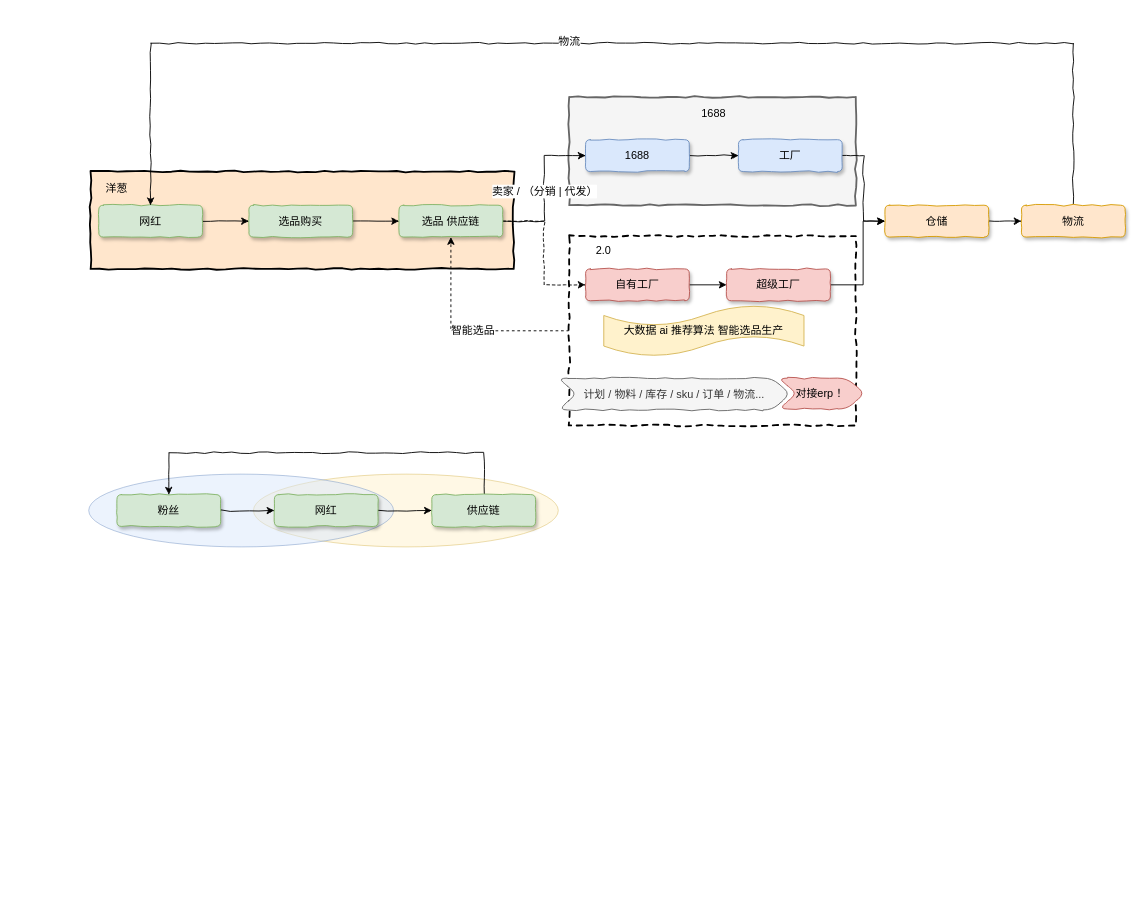
Above: 洋葱供应链梳理.drawio in chenyz/EGOTableViewPullRefresh (draw.io), before the change. Source tidied: cells renumbered, new cells numbered last; positions are measured from the earlier drawing's top-left corner, leaving out a move shared by most shapes. Both pictures are drawn from the tidied source at 91%, with x=0, y=0 at pixel (88, 43).
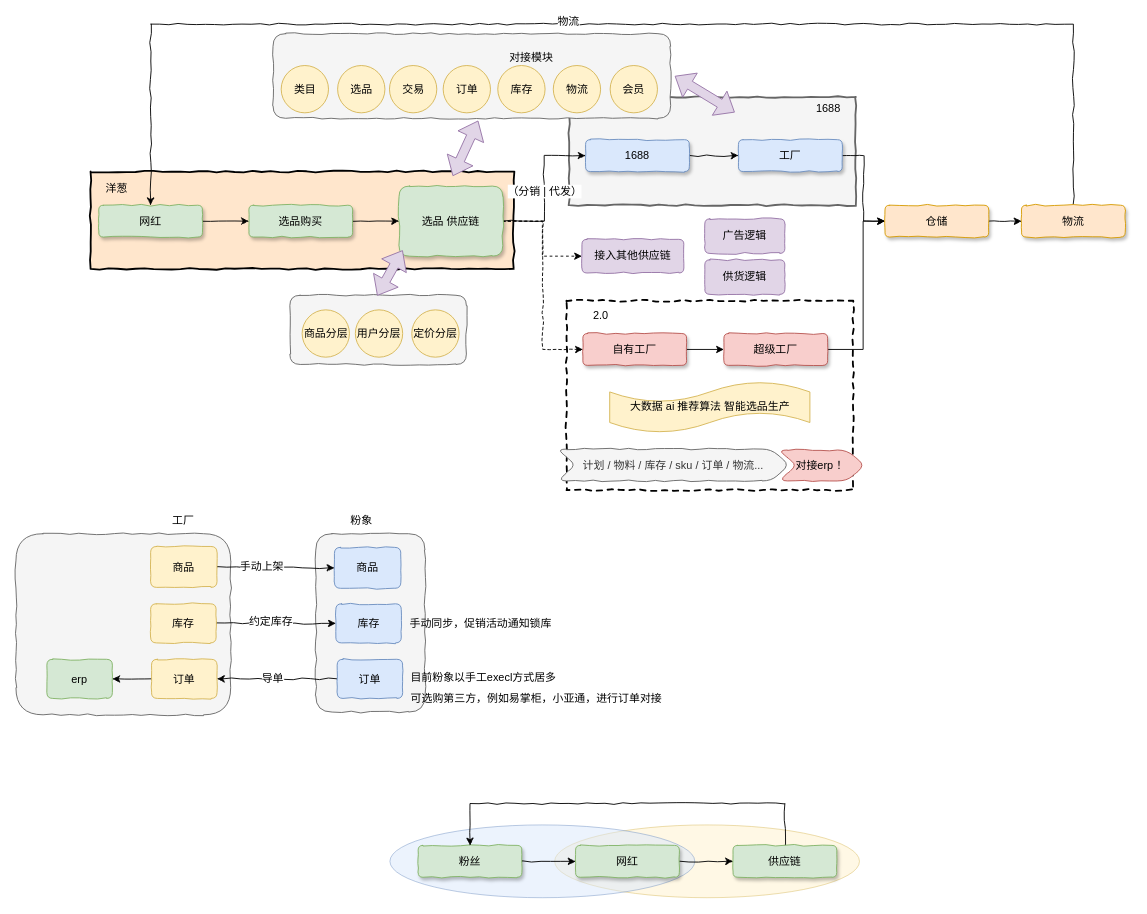
The same diagram, later.

Commit message (it also covers changes not shown here):
更新洋葱供应链梳理.drawio

Unchanged cells that the change refers to:
```xml
<mxCell id="8" value="网红" style="rounded=1;whiteSpace=wrap;html=1;shadow=1;comic=1;fillColor=#d5e8d4;strokeColor=#82b366;" parent="1" vertex="1">
  <mxGeometry x="11" y="178" width="114" height="35" as="geometry" />
</mxCell>
<mxCell id="11" style="edgeStyle=orthogonalEdgeStyle;rounded=0;comic=1;jettySize=auto;html=1;exitX=1;exitY=0.5;exitDx=0;exitDy=0;entryX=0;entryY=0.5;entryDx=0;entryDy=0;" parent="1" edge="1" source="14" target="16">
  <mxGeometry relative="1" as="geometry" />
</mxCell>
<mxCell id="21" value="仓储" style="rounded=1;whiteSpace=wrap;html=1;shadow=1;comic=1;fillColor=#ffe6cc;strokeColor=#d79b00;" parent="1" vertex="1">
  <mxGeometry x="875" y="178" width="114" height="35" as="geometry" />
</mxCell>
<mxCell id="24" value="物流" style="rounded=1;whiteSpace=wrap;html=1;shadow=1;comic=1;fillColor=#ffe6cc;strokeColor=#d79b00;" parent="1" vertex="1">
  <mxGeometry x="1025" y="178" width="114" height="35" as="geometry" />
</mxCell>
```

Diff of the diagram source:
```diff
@@
+    <mxCell id="42" style="rounded=1;whiteSpace=wrap;html=1;comic=1;fillColor=#f5f5f5;strokeColor=#666666;fontColor=#333333;" parent="1" vertex="1">
+      <mxGeometry x="249.5" y="539" width="120" height="196" as="geometry" />
+    </mxCell>
+    <mxCell id="43" style="rounded=1;whiteSpace=wrap;html=1;comic=1;fillColor=#f5f5f5;strokeColor=#666666;fontColor=#333333;" parent="1" vertex="1">
+      <mxGeometry x="-80" y="539" width="236" height="199" as="geometry" />
+    </mxCell>
+    <mxCell id="6" style="html=1;whiteSpace=wrap;comic=1;strokeWidth=2;fontFamily=Comic Sans MS;fontStyle=1;fillColor=#f5f5f5;strokeColor=#666666;fontColor=#333333;" parent="1" vertex="1">
+      <mxGeometry x="528" y="59" width="315" height="119" as="geometry" />
+    </mxCell>
+    <mxCell id="44" style="rounded=1;whiteSpace=wrap;html=1;comic=1;fillColor=#f5f5f5;strokeColor=#666666;fontColor=#333333;" parent="1" vertex="1">
+      <mxGeometry x="221" y="277" width="194" height="76" as="geometry" />
+    </mxCell>
+    <mxCell id="45" style="rounded=1;whiteSpace=wrap;html=1;comic=1;fillColor=#f5f5f5;strokeColor=#666666;fontColor=#333333;" parent="1" vertex="1">
+      <mxGeometry x="202.5" y="-10.5" width="437" height="93" as="geometry" />
+    </mxCell>
@@
-    <mxCell id="3" style="edgeStyle=orthogonalEdgeStyle;rounded=0;jettySize=auto;html=1;exitX=0;exitY=0.5;exitDx=0;exitDy=0;entryX=0.5;entryY=1;entryDx=0;entryDy=0;dashed=1;" parent="1" edge="1" source="5" target="14">
-      <mxGeometry relative="1" as="geometry" />
-    </mxCell>
-    <mxCell id="4" value="智能选品" style="text;html=1;align=center;verticalAlign=middle;labelBackgroundColor=#ffffff;" parent="3" vertex="1">
-      <mxGeometry x="-0.08" y="-1" relative="1" as="geometry" />
-    </mxCell>
     <mxCell id="5" style="html=1;whiteSpace=wrap;comic=1;strokeWidth=2;fontFamily=Comic Sans MS;fontStyle=1;dashed=1;" parent="1" vertex="1">
-      <mxGeometry x="528" y="212" width="315" height="208" as="geometry" />
+      <mxGeometry x="525" y="283" width="315" height="208" as="geometry" />
     </mxCell>
-    <mxCell id="6" style="html=1;whiteSpace=wrap;comic=1;strokeWidth=2;fontFamily=Comic Sans MS;fontStyle=1;fillColor=#f5f5f5;strokeColor=#666666;fontColor=#333333;" parent="1" vertex="1">
-      <mxGeometry x="528" y="59" width="315" height="119" as="geometry" />
-    </mxCell>
@@
-    <mxCell id="12" value="卖家 / （分销 | 代发）" style="text;html=1;align=center;verticalAlign=middle;labelBackgroundColor=#ffffff;" parent="11" vertex="1">
+    <mxCell id="12" value="（分销 | 代发）" style="text;html=1;align=center;verticalAlign=middle;labelBackgroundColor=#ffffff;" parent="11" vertex="1">
       <mxGeometry x="-0.03" relative="1" as="geometry" />
     </mxCell>
@@
+    <mxCell id="46" style="edgeStyle=orthogonalEdgeStyle;rounded=0;jettySize=auto;html=1;exitX=1;exitY=0.5;exitDx=0;exitDy=0;dashed=1;" parent="1" edge="1" source="14" target="52">
+      <mxGeometry relative="1" as="geometry" />
+    </mxCell>
     <mxCell id="14" value="选品 供应链" style="rounded=1;whiteSpace=wrap;html=1;shadow=1;comic=1;fillColor=#d5e8d4;strokeColor=#82b366;" parent="1" vertex="1">
-      <mxGeometry x="341" y="178" width="114" height="35" as="geometry" />
+      <mxGeometry x="341" y="157" width="114" height="77" as="geometry" />
     </mxCell>
@@
     <mxCell id="19" value="1688" style="text;html=1;strokeColor=none;fillColor=none;align=center;verticalAlign=middle;whiteSpace=wrap;rounded=0;" parent="1" vertex="1">
-      <mxGeometry x="667" y="68" width="40" height="20" as="geometry" />
+      <mxGeometry x="792.5" y="62" width="40" height="20" as="geometry" />
     </mxCell>
@@
     <mxCell id="22" style="edgeStyle=orthogonalEdgeStyle;rounded=0;comic=1;jettySize=auto;html=1;exitX=0.5;exitY=0;exitDx=0;exitDy=0;entryX=0.5;entryY=0;entryDx=0;entryDy=0;" parent="1" edge="1" source="24" target="8">
       <mxGeometry relative="1" as="geometry">
         <Array as="points">
-          <mxPoint x="1082" />
-          <mxPoint x="68" />
+          <mxPoint x="1082" y="-21" />
+          <mxPoint x="68" y="-21" />
         </Array>
       </mxGeometry>
     </mxCell>
@@
     <mxCell id="27" value="自有工厂" style="rounded=1;whiteSpace=wrap;html=1;shadow=1;comic=1;fillColor=#f8cecc;strokeColor=#b85450;" parent="1" vertex="1">
-      <mxGeometry x="546" y="248" width="114" height="35" as="geometry" />
+      <mxGeometry x="543" y="319" width="114" height="35" as="geometry" />
     </mxCell>
     <mxCell id="28" style="edgeStyle=orthogonalEdgeStyle;rounded=0;jettySize=auto;html=1;exitX=1;exitY=0.5;exitDx=0;exitDy=0;entryX=0;entryY=0.5;entryDx=0;entryDy=0;" parent="1" edge="1" source="29" target="21">
       <mxGeometry relative="1" as="geometry">
         <Array as="points">
-          <mxPoint x="851" y="266" />
+          <mxPoint x="851" y="337" />
           <mxPoint x="851" y="196" />
         </Array>
       </mxGeometry>
     </mxCell>
     <mxCell id="29" value="超级工厂" style="rounded=1;whiteSpace=wrap;html=1;shadow=1;comic=1;fillColor=#f8cecc;strokeColor=#b85450;" parent="1" vertex="1">
-      <mxGeometry x="701" y="248" width="114" height="35" as="geometry" />
+      <mxGeometry x="698" y="319" width="114" height="35" as="geometry" />
     </mxCell>
     <mxCell id="30" value="2.0" style="text;html=1;strokeColor=none;fillColor=none;align=center;verticalAlign=middle;whiteSpace=wrap;rounded=0;dashed=1;" parent="1" vertex="1">
-      <mxGeometry x="546" y="218" width="40" height="20" as="geometry" />
+      <mxGeometry x="543" y="289" width="40" height="20" as="geometry" />
     </mxCell>
     <mxCell id="31" value="大数据 ai 推荐算法 智能选品生产" style="shape=tape;whiteSpace=wrap;html=1;fillColor=#fff2cc;strokeColor=#d6b656;" parent="1" vertex="1">
-      <mxGeometry x="566" y="288" width="220" height="56" as="geometry" />
+      <mxGeometry x="572.5" y="372" width="220" height="56" as="geometry" />
     </mxCell>
     <mxCell id="32" style="ellipse;whiteSpace=wrap;html=1;fillColor=#fff2cc;strokeColor=#d6b656;opacity=50;" parent="1" vertex="1">
-      <mxGeometry x="181" y="473.5" width="335" height="80" as="geometry" />
+      <mxGeometry x="512" y="859" width="335" height="80" as="geometry" />
     </mxCell>
     <mxCell id="33" style="ellipse;whiteSpace=wrap;html=1;fillColor=#dae8fc;strokeColor=#6c8ebf;opacity=50;" parent="1" vertex="1">
-      <mxGeometry y="473.5" width="335" height="80" as="geometry" />
+      <mxGeometry x="331" y="859" width="335" height="80" as="geometry" />
     </mxCell>
@@
     <mxCell id="35" value="粉丝" style="rounded=1;whiteSpace=wrap;html=1;shadow=1;comic=1;fillColor=#d5e8d4;strokeColor=#82b366;" parent="1" vertex="1">
-      <mxGeometry x="31" y="496" width="114" height="35" as="geometry" />
+      <mxGeometry x="362" y="881.5" width="114" height="35" as="geometry" />
     </mxCell>
@@
     <mxCell id="37" value="网红" style="rounded=1;whiteSpace=wrap;html=1;shadow=1;comic=1;fillColor=#d5e8d4;strokeColor=#82b366;" parent="1" vertex="1">
-      <mxGeometry x="204" y="496" width="114" height="35" as="geometry" />
+      <mxGeometry x="535" y="881.5" width="114" height="35" as="geometry" />
     </mxCell>
     <mxCell id="38" style="edgeStyle=orthogonalEdgeStyle;rounded=0;comic=1;jettySize=auto;html=1;exitX=0.5;exitY=0;exitDx=0;exitDy=0;entryX=0.5;entryY=0;entryDx=0;entryDy=0;shadow=0;" parent="1" edge="1" source="39" target="35">
       <mxGeometry relative="1" as="geometry">
         <Array as="points">
-          <mxPoint x="434" y="450" />
-          <mxPoint x="88" y="450" />
+          <mxPoint x="765" y="835.5" />
+          <mxPoint x="419" y="835.5" />
         </Array>
       </mxGeometry>
     </mxCell>
     <mxCell id="39" value="供应链" style="rounded=1;whiteSpace=wrap;html=1;shadow=1;comic=1;fillColor=#d5e8d4;strokeColor=#82b366;" parent="1" vertex="1">
-      <mxGeometry x="377" y="496" width="114" height="35" as="geometry" />
+      <mxGeometry x="708" y="881.5" width="114" height="35" as="geometry" />
     </mxCell>
     <mxCell id="40" value="计划 / 物料 / 库存 / sku / 订单 / 物流..." style="shape=step;perimeter=stepPerimeter;whiteSpace=wrap;html=1;fixedSize=1;comic=1;rounded=1;fillColor=#f5f5f5;strokeColor=#666666;fontColor=#333333;" parent="1" vertex="1">
-      <mxGeometry x="516" y="368" width="255" height="35" as="geometry" />
+      <mxGeometry x="515" y="446" width="255" height="35" as="geometry" />
     </mxCell>
     <mxCell id="41" value="对接erp ！" style="shape=step;perimeter=stepPerimeter;whiteSpace=wrap;html=1;fixedSize=1;rounded=1;comic=1;fillColor=#f8cecc;strokeColor=#b85450;" parent="1" vertex="1">
-      <mxGeometry x="758" y="368" width="95" height="34" as="geometry" />
+      <mxGeometry x="758" y="447" width="95" height="34" as="geometry" />
     </mxCell>
+    <mxCell id="47" value="选品" style="ellipse;whiteSpace=wrap;html=1;rounded=1;comic=1;fillColor=#fff2cc;strokeColor=#d6b656;" parent="1" vertex="1">
+      <mxGeometry x="273.5" y="24.5" width="52" height="52" as="geometry" />
+    </mxCell>
+    <mxCell id="48" value="交易" style="ellipse;whiteSpace=wrap;html=1;rounded=1;comic=1;fillColor=#fff2cc;strokeColor=#d6b656;" parent="1" vertex="1">
+      <mxGeometry x="330.5" y="24.5" width="52" height="52" as="geometry" />
+    </mxCell>
+    <mxCell id="49" value="订单" style="ellipse;whiteSpace=wrap;html=1;rounded=1;comic=1;fillColor=#fff2cc;strokeColor=#d6b656;" parent="1" vertex="1">
+      <mxGeometry x="389.5" y="24.5" width="52" height="52" as="geometry" />
+    </mxCell>
+    <mxCell id="50" value="库存" style="ellipse;whiteSpace=wrap;html=1;rounded=1;comic=1;fillColor=#fff2cc;strokeColor=#d6b656;" parent="1" vertex="1">
+      <mxGeometry x="449.5" y="24.5" width="52" height="52" as="geometry" />
+    </mxCell>
+    <mxCell id="51" value="物流" style="ellipse;whiteSpace=wrap;html=1;rounded=1;comic=1;fillColor=#fff2cc;strokeColor=#d6b656;" parent="1" vertex="1">
+      <mxGeometry x="510.5" y="24.5" width="52" height="52" as="geometry" />
+    </mxCell>
+    <mxCell id="52" value="接入其他供应链" style="rounded=1;whiteSpace=wrap;html=1;comic=1;fillColor=#e1d5e7;strokeColor=#9673a6;" parent="1" vertex="1">
+      <mxGeometry x="542" y="215.5" width="112" height="37" as="geometry" />
+    </mxCell>
+    <mxCell id="53" value="广告逻辑" style="rounded=1;whiteSpace=wrap;html=1;comic=1;fillColor=#e1d5e7;strokeColor=#9673a6;" parent="1" vertex="1">
+      <mxGeometry x="677" y="193" width="88" height="38" as="geometry" />
+    </mxCell>
+    <mxCell id="54" style="shape=flexArrow;endArrow=classic;startArrow=classic;html=1;fillColor=#e1d5e7;strokeColor=#9673a6;" parent="1" edge="1">
+      <mxGeometry relative="1" as="geometry">
+        <mxPoint x="400" y="146" as="sourcePoint" />
+        <mxPoint x="428" y="85" as="targetPoint" />
+      </mxGeometry>
+    </mxCell>
+    <mxCell id="55" value="商品分层" style="ellipse;whiteSpace=wrap;html=1;rounded=1;comic=1;fillColor=#fff2cc;strokeColor=#d6b656;" parent="1" vertex="1">
+      <mxGeometry x="234.5" y="293" width="52" height="52" as="geometry" />
+    </mxCell>
+    <mxCell id="56" value="用户分层" style="ellipse;whiteSpace=wrap;html=1;rounded=1;comic=1;fillColor=#fff2cc;strokeColor=#d6b656;" parent="1" vertex="1">
+      <mxGeometry x="293" y="293" width="52" height="52" as="geometry" />
+    </mxCell>
+    <mxCell id="57" style="shape=flexArrow;endArrow=classic;startArrow=classic;html=1;fillColor=#e1d5e7;strokeColor=#9673a6;" parent="1" edge="1">
+      <mxGeometry relative="1" as="geometry">
+        <mxPoint x="317" y="277.5" as="sourcePoint" />
+        <mxPoint x="345" y="227.5" as="targetPoint" />
+      </mxGeometry>
+    </mxCell>
+    <mxCell id="58" value="会员" style="ellipse;whiteSpace=wrap;html=1;rounded=1;comic=1;fillColor=#fff2cc;strokeColor=#d6b656;direction=south;" parent="1" vertex="1">
+      <mxGeometry x="573" y="24.5" width="52" height="52" as="geometry" />
+    </mxCell>
+    <mxCell id="59" value="对接模块" style="text;html=1;strokeColor=none;fillColor=none;align=center;verticalAlign=middle;whiteSpace=wrap;rounded=0;comic=1;" parent="1" vertex="1">
+      <mxGeometry x="461" y="6" width="51" height="20" as="geometry" />
+    </mxCell>
+    <mxCell id="60" value="供货逻辑" style="rounded=1;whiteSpace=wrap;html=1;comic=1;fillColor=#e1d5e7;strokeColor=#9673a6;" parent="1" vertex="1">
+      <mxGeometry x="677" y="238" width="88" height="38" as="geometry" />
+    </mxCell>
+    <mxCell id="61" value="定价分层" style="ellipse;whiteSpace=wrap;html=1;rounded=1;comic=1;fillColor=#fff2cc;strokeColor=#d6b656;" parent="1" vertex="1">
+      <mxGeometry x="355" y="293" width="52" height="52" as="geometry" />
+    </mxCell>
+    <mxCell id="62" style="edgeStyle=orthogonalEdgeStyle;rounded=0;jettySize=auto;html=1;exitX=1;exitY=0.5;exitDx=0;exitDy=0;entryX=0;entryY=0.5;entryDx=0;entryDy=0;comic=1;" parent="1" edge="1" source="64" target="69">
+      <mxGeometry relative="1" as="geometry" />
+    </mxCell>
+    <mxCell id="63" value="手动上架" style="text;html=1;align=center;verticalAlign=middle;labelBackgroundColor=#ffffff;" parent="62" vertex="1">
+      <mxGeometry x="-0.26" y="1" relative="1" as="geometry" />
+    </mxCell>
+    <mxCell id="64" value="商品" style="rounded=1;whiteSpace=wrap;html=1;comic=1;fillColor=#fff2cc;strokeColor=#d6b656;" parent="1" vertex="1">
+      <mxGeometry x="68" y="553" width="73" height="45" as="geometry" />
+    </mxCell>
+    <mxCell id="65" style="edgeStyle=orthogonalEdgeStyle;rounded=0;jettySize=auto;html=1;exitX=1;exitY=0.5;exitDx=0;exitDy=0;entryX=0;entryY=0.5;entryDx=0;entryDy=0;comic=1;" parent="1" edge="1" source="67" target="70">
+      <mxGeometry relative="1" as="geometry" />
+    </mxCell>
+    <mxCell id="66" value="约定库存" style="text;html=1;align=center;verticalAlign=middle;labelBackgroundColor=#ffffff;" parent="65" vertex="1">
+      <mxGeometry x="-0.1" y="2" relative="1" as="geometry" />
+    </mxCell>
+    <mxCell id="67" value="库存" style="rounded=1;whiteSpace=wrap;html=1;comic=1;fillColor=#fff2cc;strokeColor=#d6b656;" parent="1" vertex="1">
+      <mxGeometry x="68" y="616" width="72" height="43" as="geometry" />
+    </mxCell>
+    <mxCell id="68" value="工厂" style="text;html=1;strokeColor=none;fillColor=none;align=center;verticalAlign=middle;whiteSpace=wrap;rounded=0;comic=1;" parent="1" vertex="1">
+      <mxGeometry x="84" y="515" width="40" height="20" as="geometry" />
+    </mxCell>
+    <mxCell id="69" value="商品" style="rounded=1;whiteSpace=wrap;html=1;comic=1;fillColor=#dae8fc;strokeColor=#6c8ebf;" parent="1" vertex="1">
+      <mxGeometry x="270" y="554" width="73" height="45" as="geometry" />
+    </mxCell>
+    <mxCell id="70" value="库存" style="rounded=1;whiteSpace=wrap;html=1;comic=1;fillColor=#dae8fc;strokeColor=#6c8ebf;" parent="1" vertex="1">
+      <mxGeometry x="271.5" y="616" width="72" height="43" as="geometry" />
+    </mxCell>
+    <mxCell id="71" value="粉象" style="text;html=1;strokeColor=none;fillColor=none;align=center;verticalAlign=middle;whiteSpace=wrap;rounded=0;comic=1;" parent="1" vertex="1">
+      <mxGeometry x="279.5" y="515" width="40" height="20" as="geometry" />
+    </mxCell>
+    <mxCell id="72" value="手动同步，促销活动通知锁库" style="text;html=1;strokeColor=none;fillColor=none;align=center;verticalAlign=middle;whiteSpace=wrap;rounded=0;comic=1;" parent="1" vertex="1">
+      <mxGeometry x="349.5" y="627.5" width="162" height="20" as="geometry" />
+    </mxCell>
+    <mxCell id="73" style="edgeStyle=orthogonalEdgeStyle;rounded=0;jettySize=auto;html=1;exitX=0;exitY=0.5;exitDx=0;exitDy=0;entryX=1;entryY=0.5;entryDx=0;entryDy=0;comic=1;" parent="1" edge="1" source="75" target="77">
+      <mxGeometry relative="1" as="geometry" />
+    </mxCell>
+    <mxCell id="74" value="导单" style="text;html=1;align=center;verticalAlign=middle;labelBackgroundColor=#ffffff;" parent="73" vertex="1">
+      <mxGeometry x="0.09" y="-1" relative="1" as="geometry" />
+    </mxCell>
+    <mxCell id="75" value="订单" style="rounded=1;whiteSpace=wrap;html=1;comic=1;fillColor=#dae8fc;strokeColor=#6c8ebf;" parent="1" vertex="1">
+      <mxGeometry x="273" y="677" width="72" height="43" as="geometry" />
+    </mxCell>
+    <mxCell id="76" style="edgeStyle=orthogonalEdgeStyle;rounded=0;jettySize=auto;html=1;exitX=0;exitY=0.5;exitDx=0;exitDy=0;entryX=1;entryY=0.5;entryDx=0;entryDy=0;comic=1;" parent="1" edge="1" source="77" target="78">
+      <mxGeometry relative="1" as="geometry" />
+    </mxCell>
+    <mxCell id="77" value="订单" style="rounded=1;whiteSpace=wrap;html=1;comic=1;fillColor=#fff2cc;strokeColor=#d6b656;" parent="1" vertex="1">
+      <mxGeometry x="69" y="677" width="72" height="43" as="geometry" />
+    </mxCell>
+    <mxCell id="78" value="erp" style="rounded=1;whiteSpace=wrap;html=1;comic=1;fillColor=#d5e8d4;strokeColor=#82b366;" parent="1" vertex="1">
+      <mxGeometry x="-46" y="677" width="72" height="43" as="geometry" />
+    </mxCell>
+    <mxCell id="79" value="目前粉象以手工execl方式居多" style="text;html=1;strokeColor=none;fillColor=none;align=center;verticalAlign=middle;whiteSpace=wrap;rounded=0;comic=1;" parent="1" vertex="1">
+      <mxGeometry x="351.5" y="686.5" width="164" height="20" as="geometry" />
+    </mxCell>
+    <mxCell id="80" value="类目" style="ellipse;whiteSpace=wrap;html=1;rounded=1;comic=1;fillColor=#fff2cc;strokeColor=#d6b656;" parent="1" vertex="1">
+      <mxGeometry x="211.5" y="24.5" width="52" height="52" as="geometry" />
+    </mxCell>
+    <mxCell id="81" style="shape=flexArrow;endArrow=classic;startArrow=classic;html=1;fillColor=#e1d5e7;strokeColor=#9673a6;" parent="1" edge="1">
+      <mxGeometry relative="1" as="geometry">
+        <mxPoint x="710" y="76" as="sourcePoint" />
+        <mxPoint x="644" y="36" as="targetPoint" />
+      </mxGeometry>
+    </mxCell>
+    <mxCell id="82" value="&amp;nbsp;可选购第三方，例如易掌柜，小亚通，进行订单对接" style="text;html=1;strokeColor=none;fillColor=none;align=center;verticalAlign=middle;whiteSpace=wrap;rounded=0;comic=1;" parent="1" vertex="1">
+      <mxGeometry x="348" y="710" width="285" height="20" as="geometry" />
+    </mxCell>
```
